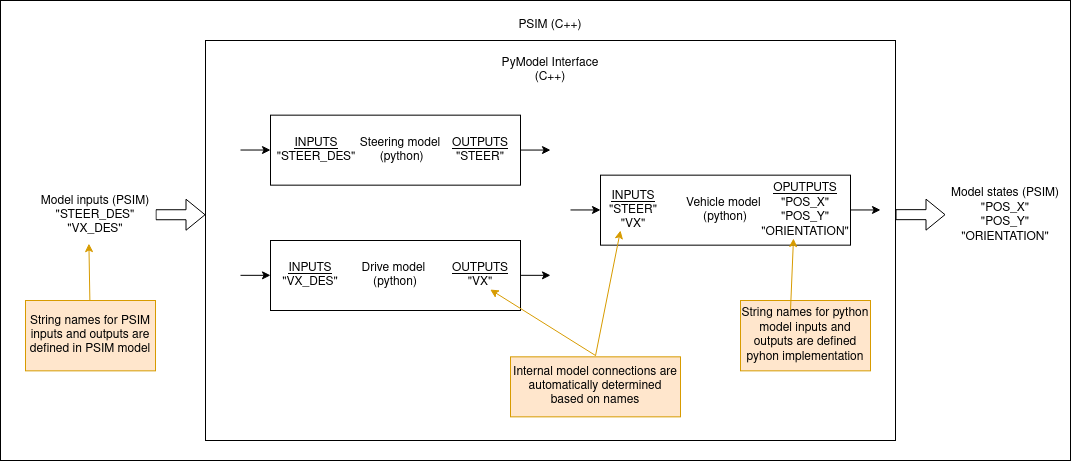
This is simulator/learned_model/image/python_model_interface.png from autowarefoundation/autoware.universe, a draw.io export, as it was before one commit. Source tidied: cells renumbered, new cells last; positions are measured from the earlier drawing's top-left corner, leaving out a move shared by most shapes. Source of this version:
```xml
<mxGraphModel>
  <root>
    <mxCell id="0" />
    <mxCell id="1" parent="0" />
    <mxCell id="2" style="rounded=0;whiteSpace=wrap;html=1;fillColor=none;" parent="1" vertex="1">
      <mxGeometry width="1070" height="460" as="geometry" />
    </mxCell>
    <mxCell id="3" style="rounded=0;whiteSpace=wrap;html=1;fillColor=none;" parent="1" vertex="1">
      <mxGeometry x="205" y="40" width="690" height="400" as="geometry" />
    </mxCell>
    <mxCell id="4" style="shape=flexArrow;endArrow=classic;html=1;rounded=0;" parent="1" edge="1">
      <mxGeometry relative="1" as="geometry">
        <mxPoint x="155" y="214.2" as="sourcePoint" />
        <mxPoint x="205" y="214.2" as="targetPoint" />
      </mxGeometry>
    </mxCell>
    <mxCell id="5" style="shape=flexArrow;endArrow=classic;html=1;rounded=0;" parent="1" edge="1">
      <mxGeometry relative="1" as="geometry">
        <mxPoint x="895" y="214.2" as="sourcePoint" />
        <mxPoint x="945" y="214.2" as="targetPoint" />
      </mxGeometry>
    </mxCell>
    <mxCell id="6" value="&lt;div&gt;Model inputs (PSIM)&lt;/div&gt;&lt;div&gt;&quot;STEER_DES&quot;&lt;/div&gt;&lt;div&gt;&quot;VX_DES&quot;&lt;br&gt;&lt;/div&gt;" style="text;html=1;strokeColor=none;fillColor=default;align=center;verticalAlign=middle;whiteSpace=wrap;rounded=0;" parent="1" vertex="1">
      <mxGeometry x="35" y="184.7" width="120" height="60" as="geometry" />
    </mxCell>
    <mxCell id="7" value="&lt;div&gt;Model states (PSIM)&lt;/div&gt;&lt;div&gt;&quot;POS_X&quot;&lt;/div&gt;&lt;div&gt;&quot;POS_Y&quot;&lt;/div&gt;&lt;div&gt;&quot;ORIENTATION&quot;&lt;br&gt;&lt;/div&gt;" style="text;html=1;strokeColor=none;fillColor=default;align=center;verticalAlign=middle;whiteSpace=wrap;rounded=0;" parent="1" vertex="1">
      <mxGeometry x="945" y="184.7" width="120" height="60" as="geometry" />
    </mxCell>
    <mxCell id="8" value="&lt;div&gt;PyModel Interface (C++)&lt;/div&gt;" style="text;html=1;strokeColor=none;fillColor=none;align=center;verticalAlign=middle;whiteSpace=wrap;rounded=0;" parent="1" vertex="1">
      <mxGeometry x="490" y="50" width="120" height="40" as="geometry" />
    </mxCell>
    <mxCell id="9" value="PSIM (C++)" style="text;html=1;strokeColor=none;fillColor=none;align=center;verticalAlign=middle;whiteSpace=wrap;rounded=0;" parent="1" vertex="1">
      <mxGeometry x="490" y="10" width="120" height="30" as="geometry" />
    </mxCell>
    <mxCell id="10" value="String names for PSIM inputs and outputs are defined in PSIM model " style="text;html=1;strokeColor=#d79b00;fillColor=#ffe6cc;align=center;verticalAlign=middle;whiteSpace=wrap;rounded=0;" parent="1" vertex="1">
      <mxGeometry x="25" y="300" width="130" height="70.3" as="geometry" />
    </mxCell>
    <mxCell id="11" style="endArrow=classic;html=1;rounded=0;entryX=0.445;entryY=0.974;entryDx=0;entryDy=0;entryPerimeter=0;fillColor=#ffe6cc;strokeColor=#d79b00;" parent="1" edge="1" source="10" target="6">
      <mxGeometry relative="1" as="geometry" />
    </mxCell>
    <mxCell id="12" value="String names for python model inputs and outputs are defined pyhon implementation " style="text;html=1;strokeColor=#d79b00;fillColor=#ffe6cc;align=center;verticalAlign=middle;whiteSpace=wrap;rounded=0;" parent="1" vertex="1">
      <mxGeometry x="740" y="300" width="130" height="70.3" as="geometry" />
    </mxCell>
    <mxCell id="13" value="Internal model connections are automatically determined based on names" style="text;html=1;strokeColor=#d79b00;fillColor=#ffe6cc;align=center;verticalAlign=middle;whiteSpace=wrap;rounded=0;" parent="1" vertex="1">
      <mxGeometry x="510" y="356.3" width="170" height="60" as="geometry" />
    </mxCell>
    <mxCell id="14" style="group;" parent="1" vertex="1">
      <mxGeometry x="240" y="114.7" width="310" height="70" as="geometry" />
    </mxCell>
    <mxCell id="15" value="&lt;div&gt;&amp;nbsp;&amp;nbsp;&amp;nbsp; Steering model&amp;nbsp;&lt;/div&gt;&lt;div&gt;&amp;nbsp;&amp;nbsp;&amp;nbsp; (python)&lt;/div&gt;" style="rounded=0;whiteSpace=wrap;html=1;" parent="14" vertex="1">
      <mxGeometry x="30" width="250" height="70" as="geometry" />
    </mxCell>
    <mxCell id="16" style="endArrow=classic;html=1;rounded=0;" parent="14" edge="1">
      <mxGeometry relative="1" as="geometry">
        <mxPoint y="34.9" as="sourcePoint" />
        <mxPoint x="30" y="34.9" as="targetPoint" />
      </mxGeometry>
    </mxCell>
    <mxCell id="17" style="endArrow=classic;html=1;rounded=0;" parent="14" edge="1">
      <mxGeometry relative="1" as="geometry">
        <mxPoint x="280" y="34.9" as="sourcePoint" />
        <mxPoint x="310" y="34.9" as="targetPoint" />
      </mxGeometry>
    </mxCell>
    <mxCell id="18" value="&lt;div&gt;&lt;u&gt;INPUTS&lt;/u&gt;&lt;/div&gt;&lt;div&gt;&quot;STEER_DES&quot;&lt;/div&gt;" style="text;html=1;strokeColor=none;fillColor=none;align=center;verticalAlign=middle;whiteSpace=wrap;rounded=0;" parent="14" vertex="1">
      <mxGeometry x="46" y="20" width="60" height="30" as="geometry" />
    </mxCell>
    <mxCell id="19" value="&lt;div&gt;&lt;u&gt;OUTPUTS&lt;/u&gt;&lt;/div&gt;&lt;div&gt;&quot;STEER&quot;&lt;/div&gt;" style="text;html=1;strokeColor=none;fillColor=none;align=center;verticalAlign=middle;whiteSpace=wrap;rounded=0;" parent="14" vertex="1">
      <mxGeometry x="210" y="20" width="60" height="30" as="geometry" />
    </mxCell>
    <mxCell id="20" style="group;" parent="1" vertex="1">
      <mxGeometry x="240" y="240" width="310" height="70" as="geometry" />
    </mxCell>
    <mxCell id="21" value="&lt;div&gt;Drive model&amp;nbsp;&lt;/div&gt;&lt;div&gt;(python)&lt;/div&gt;" style="rounded=0;whiteSpace=wrap;html=1;" parent="20" vertex="1">
      <mxGeometry x="30" width="250" height="70" as="geometry" />
    </mxCell>
    <mxCell id="22" style="endArrow=classic;html=1;rounded=0;" parent="20" edge="1">
      <mxGeometry relative="1" as="geometry">
        <mxPoint y="34.8" as="sourcePoint" />
        <mxPoint x="30" y="34.8" as="targetPoint" />
      </mxGeometry>
    </mxCell>
    <mxCell id="23" style="endArrow=classic;html=1;rounded=0;" parent="20" edge="1">
      <mxGeometry relative="1" as="geometry">
        <mxPoint x="280" y="34.8" as="sourcePoint" />
        <mxPoint x="310" y="34.8" as="targetPoint" />
      </mxGeometry>
    </mxCell>
    <mxCell id="24" value="&lt;div&gt;&lt;u&gt;INPUTS&lt;/u&gt;&lt;/div&gt;&lt;div&gt;&quot;VX_DES&quot;&lt;/div&gt;" style="text;html=1;strokeColor=none;fillColor=none;align=center;verticalAlign=middle;whiteSpace=wrap;rounded=0;" parent="20" vertex="1">
      <mxGeometry x="40" y="20" width="60" height="30" as="geometry" />
    </mxCell>
    <mxCell id="25" value="&lt;div&gt;&lt;u&gt;OUTPUTS&lt;/u&gt;&lt;/div&gt;&lt;div&gt;&quot;VX&quot;&lt;/div&gt;" style="text;html=1;strokeColor=none;fillColor=none;align=center;verticalAlign=middle;whiteSpace=wrap;rounded=0;" parent="20" vertex="1">
      <mxGeometry x="210" y="20" width="60" height="30" as="geometry" />
    </mxCell>
    <mxCell id="26" style="group;" parent="1" vertex="1">
      <mxGeometry x="570" y="174.7" width="310" height="70" as="geometry" />
    </mxCell>
    <mxCell id="27" value="&lt;div&gt;Vehicle model&amp;nbsp;&lt;/div&gt;&lt;div&gt;(python)&lt;/div&gt;" style="rounded=0;whiteSpace=wrap;html=1;" parent="26" vertex="1">
      <mxGeometry x="30" width="250" height="70" as="geometry" />
    </mxCell>
    <mxCell id="28" style="endArrow=classic;html=1;rounded=0;" parent="26" edge="1">
      <mxGeometry relative="1" as="geometry">
        <mxPoint y="34.8" as="sourcePoint" />
        <mxPoint x="30" y="34.8" as="targetPoint" />
      </mxGeometry>
    </mxCell>
    <mxCell id="29" style="endArrow=classic;html=1;rounded=0;" parent="26" edge="1">
      <mxGeometry relative="1" as="geometry">
        <mxPoint x="280" y="34.8" as="sourcePoint" />
        <mxPoint x="310" y="34.8" as="targetPoint" />
      </mxGeometry>
    </mxCell>
    <mxCell id="30" value="&lt;div&gt;&lt;u&gt;INPUTS&lt;/u&gt;&lt;/div&gt;&lt;div&gt;&quot;STEER&quot;&lt;/div&gt;&lt;div&gt;&quot;VX&quot;&lt;br&gt;&lt;/div&gt;" style="text;html=1;strokeColor=none;fillColor=none;align=center;verticalAlign=middle;whiteSpace=wrap;rounded=0;" parent="26" vertex="1">
      <mxGeometry x="33" y="20" width="60" height="30" as="geometry" />
    </mxCell>
    <mxCell id="31" value="&lt;div&gt;&lt;u&gt;OPUTPUTS&lt;/u&gt;&lt;/div&gt;&lt;div&gt;&quot;POS_X&quot;&lt;/div&gt;&lt;div&gt;&quot;POS_Y&quot;&lt;/div&gt;&lt;div&gt;&quot;ORIENTATION&quot;&lt;br&gt;&lt;/div&gt;" style="text;html=1;strokeColor=none;fillColor=none;align=center;verticalAlign=middle;whiteSpace=wrap;rounded=0;" parent="26" vertex="1">
      <mxGeometry x="205" y="15" width="60" height="40" as="geometry" />
    </mxCell>
    <mxCell id="32" style="endArrow=classic;html=1;rounded=0;entryX=0.662;entryY=0.968;entryDx=0;entryDy=0;fillColor=#ffe6cc;strokeColor=#d79b00;entryPerimeter=0;" parent="1" edge="1" target="25">
      <mxGeometry relative="1" as="geometry">
        <mxPoint x="595" y="355" as="sourcePoint" />
      </mxGeometry>
    </mxCell>
    <mxCell id="33" style="endArrow=classic;html=1;rounded=0;fillColor=#ffe6cc;strokeColor=#d79b00;entryX=0.283;entryY=1.178;entryDx=0;entryDy=0;entryPerimeter=0;" parent="1" edge="1" target="30">
      <mxGeometry relative="1" as="geometry">
        <mxPoint x="595" y="355.2" as="sourcePoint" />
      </mxGeometry>
    </mxCell>
    <mxCell id="34" style="endArrow=classic;html=1;rounded=0;entryX=0.445;entryY=0.974;entryDx=0;entryDy=0;entryPerimeter=0;fillColor=#ffe6cc;strokeColor=#d79b00;" parent="1" edge="1">
      <mxGeometry relative="1" as="geometry">
        <mxPoint x="790" y="309.7" as="sourcePoint" />
        <mxPoint x="793" y="238" as="targetPoint" />
      </mxGeometry>
    </mxCell>
  </root>
</mxGraphModel>
```
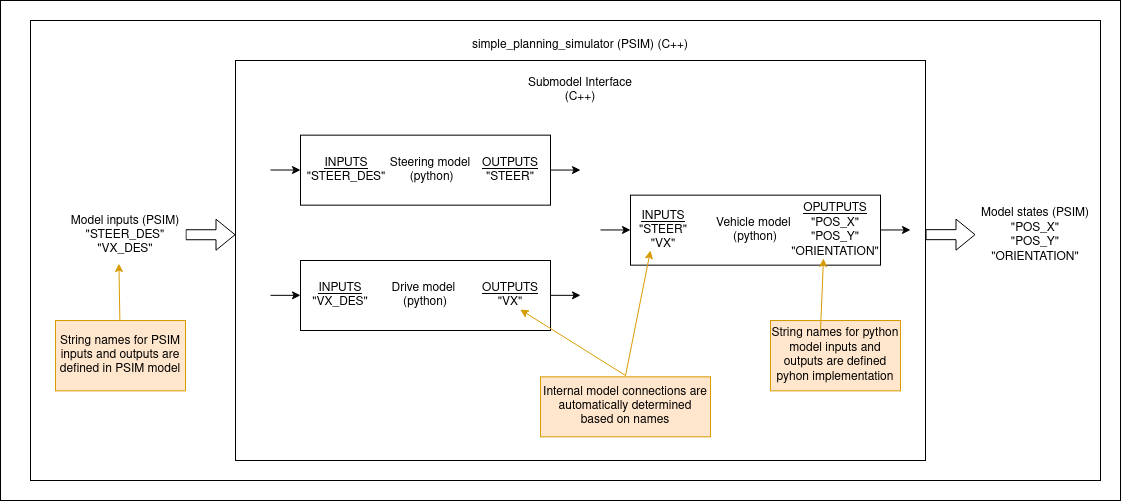
After the commit.

What changed in the source:
```diff
@@ -2,6 +2,9 @@
   <root>
     <mxCell id="0" />
     <mxCell id="1" parent="0" />
+    <mxCell id="35" style="rounded=0;whiteSpace=wrap;html=1;fillColor=none;" parent="1" vertex="1">
+      <mxGeometry x="-30" y="-20" width="1120" height="500" as="geometry" />
+    </mxCell>
     <mxCell id="2" style="rounded=0;whiteSpace=wrap;html=1;fillColor=none;" parent="1" vertex="1">
       <mxGeometry width="1070" height="460" as="geometry" />
     </mxCell>
@@ -26,11 +29,11 @@
     <mxCell id="7" value="&lt;div&gt;Model states (PSIM)&lt;/div&gt;&lt;div&gt;&quot;POS_X&quot;&lt;/div&gt;&lt;div&gt;&quot;POS_Y&quot;&lt;/div&gt;&lt;div&gt;&quot;ORIENTATION&quot;&lt;br&gt;&lt;/div&gt;" style="text;html=1;strokeColor=none;fillColor=default;align=center;verticalAlign=middle;whiteSpace=wrap;rounded=0;" parent="1" vertex="1">
       <mxGeometry x="945" y="184.7" width="120" height="60" as="geometry" />
     </mxCell>
-    <mxCell id="8" value="&lt;div&gt;PyModel Interface (C++)&lt;/div&gt;" style="text;html=1;strokeColor=none;fillColor=none;align=center;verticalAlign=middle;whiteSpace=wrap;rounded=0;" parent="1" vertex="1">
+    <mxCell id="8" value="&lt;div&gt;Submodel Interface (C++)&lt;/div&gt;" style="text;html=1;strokeColor=none;fillColor=none;align=center;verticalAlign=middle;whiteSpace=wrap;rounded=0;" parent="1" vertex="1">
       <mxGeometry x="490" y="50" width="120" height="40" as="geometry" />
     </mxCell>
-    <mxCell id="9" value="PSIM (C++)" style="text;html=1;strokeColor=none;fillColor=none;align=center;verticalAlign=middle;whiteSpace=wrap;rounded=0;" parent="1" vertex="1">
-      <mxGeometry x="490" y="10" width="120" height="30" as="geometry" />
+    <mxCell id="9" value="simple_planning_simulator (PSIM) (C++)" style="text;html=1;strokeColor=none;fillColor=none;align=center;verticalAlign=middle;whiteSpace=wrap;rounded=0;" parent="1" vertex="1">
+      <mxGeometry x="430" y="10" width="240" height="30" as="geometry" />
     </mxCell>
     <mxCell id="10" value="String names for PSIM inputs and outputs are defined in PSIM model " style="text;html=1;strokeColor=#d79b00;fillColor=#ffe6cc;align=center;verticalAlign=middle;whiteSpace=wrap;rounded=0;" parent="1" vertex="1">
       <mxGeometry x="25" y="300" width="130" height="70.3" as="geometry" />
```
